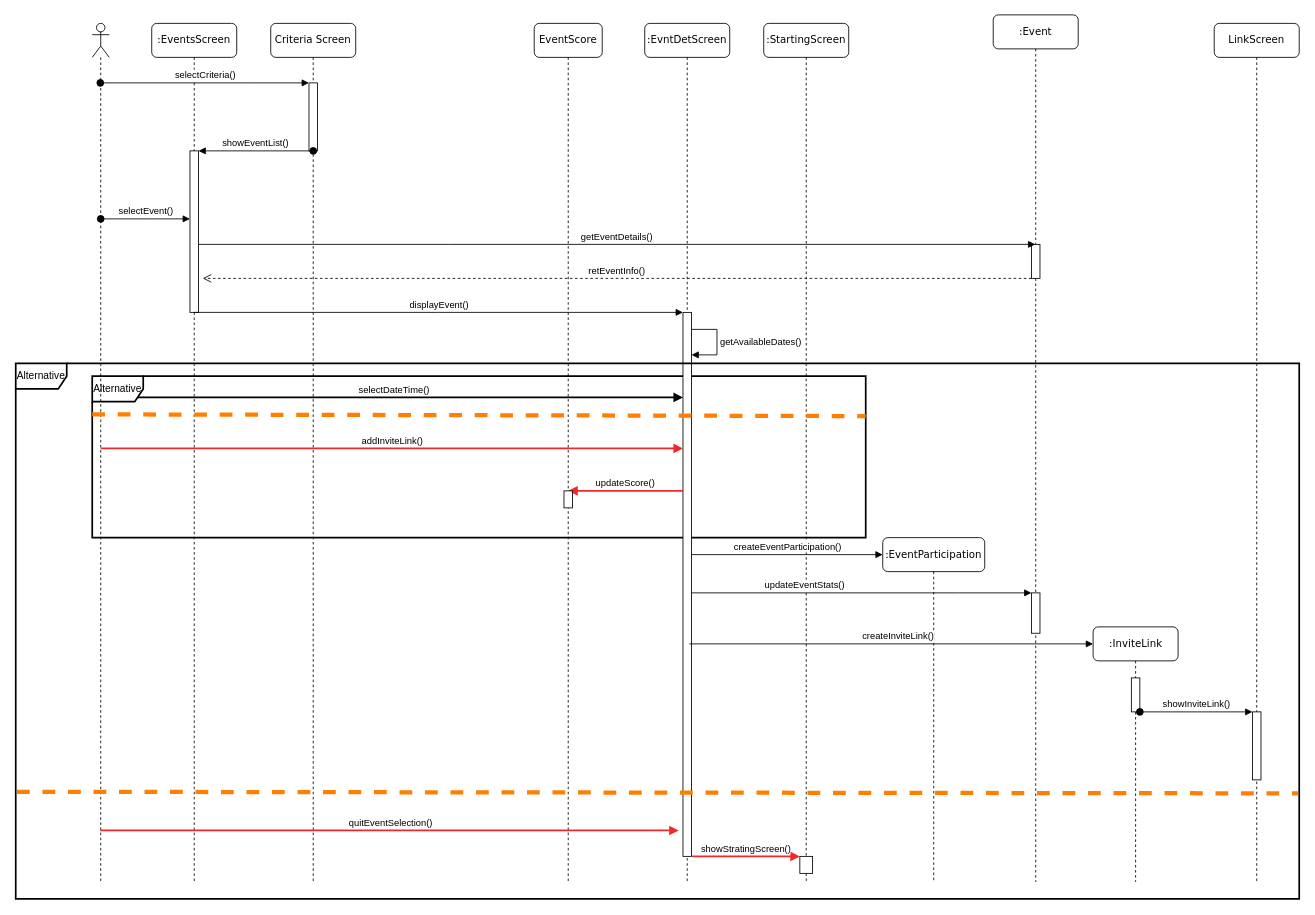
Above: Phase-4/TempFiles/Diagrams/join-event-sequence.drawio in sfikastheo/CEID-SoftwareEngineering-2023 (draw.io), before the change. Source tidied: cells renumbered, new cells numbered last; positions are measured from the earlier drawing's top-left corner, leaving out a move shared by most shapes. Both pictures are drawn from the tidied source at 85%, with x=0, y=0 at pixel (15, 14).
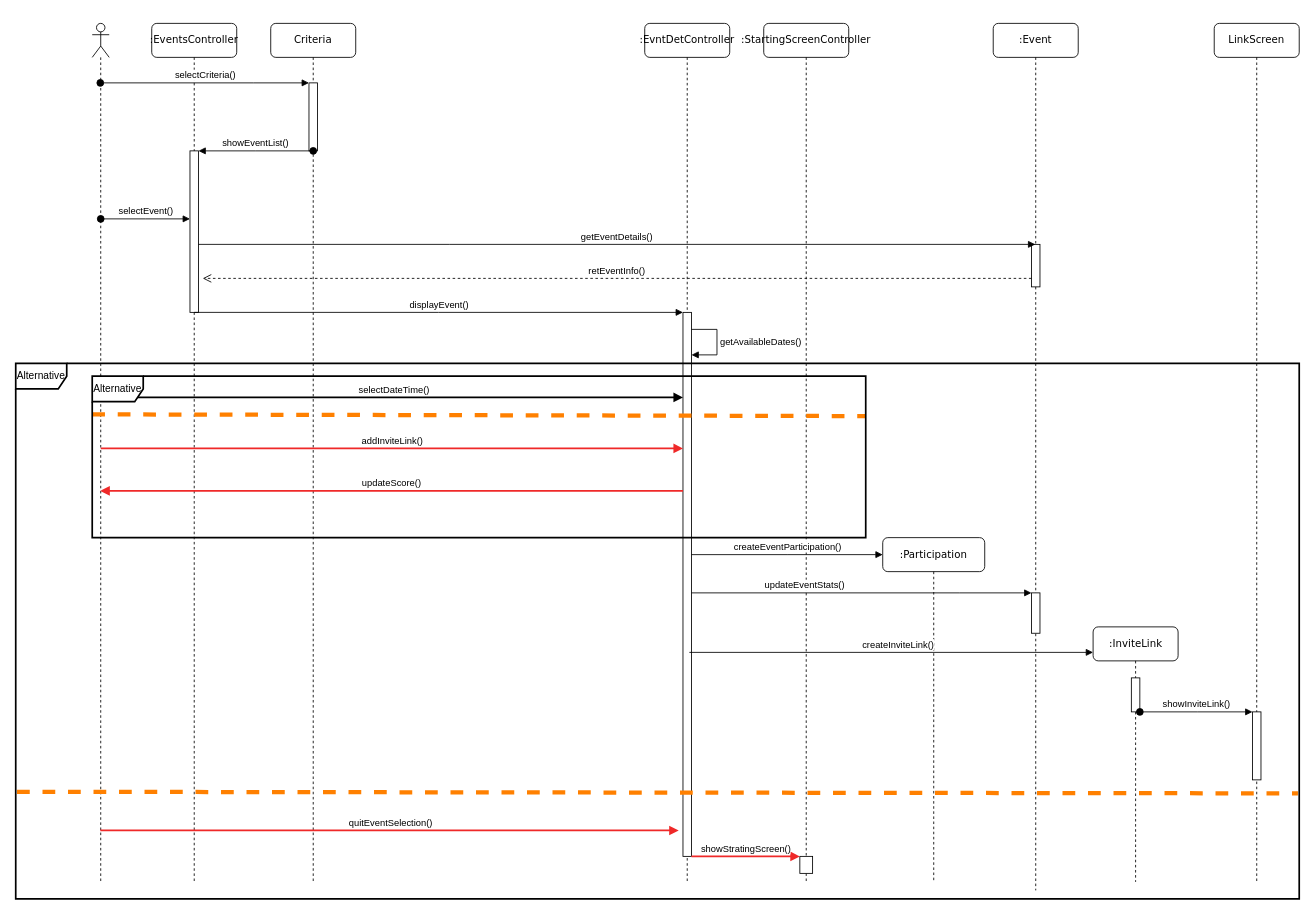
After the change.

Unchanged cells that the change refers to:
```xml
<mxCell id="8" style="html=1;points=[];perimeter=orthogonalPerimeter;outlineConnect=0;targetShapes=umlLifeline;portConstraint=eastwest;newEdgeStyle={&quot;edgeStyle&quot;:&quot;elbowEdgeStyle&quot;,&quot;elbow&quot;:&quot;vertical&quot;,&quot;curved&quot;:0,&quot;rounded&quot;:0};" parent="7" vertex="1">
  <mxGeometry x="45" y="340" width="10" height="640" as="geometry" />
</mxCell>
<mxCell id="17" style="shape=umlLifeline;perimeter=lifelinePerimeter;whiteSpace=wrap;html=1;outlineConnect=0;portConstraint=eastwest;newEdgeStyle={&quot;edgeStyle&quot;:&quot;elbowEdgeStyle&quot;,&quot;elbow&quot;:&quot;vertical&quot;,&quot;curved&quot;:0,&quot;rounded&quot;:0};participant=umlActor;" parent="1" vertex="1">
  <mxGeometry x="90" y="10" width="20" height="1010" as="geometry" />
</mxCell>
```

Diff of the diagram source:
```diff
@@
-    <mxCell id="3" value="Criteria Screen" style="shape=umlLifeline;perimeter=lifelinePerimeter;whiteSpace=wrap;html=1;rounded=1;shadow=0;comic=0;labelBackgroundColor=none;strokeWidth=1;fontFamily=Verdana;fontSize=12;align=center;" parent="1" vertex="1">
+    <mxCell id="3" value="Criteria" style="shape=umlLifeline;perimeter=lifelinePerimeter;whiteSpace=wrap;html=1;rounded=1;shadow=0;comic=0;labelBackgroundColor=none;strokeWidth=1;fontFamily=Verdana;fontSize=12;align=center;" parent="1" vertex="1">
       <mxGeometry x="300" y="10" width="100" height="1010" as="geometry" />
     </mxCell>
@@
-    <mxCell id="5" value="EventScore" style="shape=umlLifeline;perimeter=lifelinePerimeter;whiteSpace=wrap;html=1;rounded=1;shadow=0;comic=0;labelBackgroundColor=none;strokeWidth=1;fontFamily=Verdana;fontSize=12;align=center;" parent="1" vertex="1">
-      <mxGeometry x="610" y="10" width="80" height="1010" as="geometry" />
-    </mxCell>
-    <mxCell id="6" value="Alternative" style="shape=umlFrame;whiteSpace=wrap;html=1;strokeWidth=2;" parent="5" vertex="1">
-      <mxGeometry x="-520" y="415" width="910" height="190" as="geometry" />
-    </mxCell>
-    <mxCell id="7" value=":EvntDetScreen" style="shape=umlLifeline;perimeter=lifelinePerimeter;whiteSpace=wrap;html=1;rounded=1;shadow=0;comic=0;labelBackgroundColor=none;strokeWidth=1;fontFamily=Verdana;fontSize=12;align=center;" parent="1" vertex="1">
+    <mxCell id="7" value=":EvntDetController" style="shape=umlLifeline;perimeter=lifelinePerimeter;whiteSpace=wrap;html=1;rounded=1;shadow=0;comic=0;labelBackgroundColor=none;strokeWidth=1;fontFamily=Verdana;fontSize=12;align=center;" parent="1" vertex="1">
       <mxGeometry x="740" y="10" width="100" height="1010" as="geometry" />
     </mxCell>
@@
-    <mxCell id="10" value=":StartingScreen" style="shape=umlLifeline;perimeter=lifelinePerimeter;whiteSpace=wrap;html=1;rounded=1;shadow=0;comic=0;labelBackgroundColor=none;strokeWidth=1;fontFamily=Verdana;fontSize=12;align=center;" parent="1" vertex="1">
+    <mxCell id="10" value="&lt;div&gt;:StartingScreenController&lt;/div&gt;" style="shape=umlLifeline;perimeter=lifelinePerimeter;whiteSpace=wrap;html=1;rounded=1;shadow=0;comic=0;labelBackgroundColor=none;strokeWidth=1;fontFamily=Verdana;fontSize=12;align=center;" parent="1" vertex="1">
       <mxGeometry x="880" y="10" width="100" height="1010" as="geometry" />
     </mxCell>
@@
-    <mxCell id="12" value=":EventParticipation" style="shape=umlLifeline;perimeter=lifelinePerimeter;whiteSpace=wrap;html=1;rounded=1;shadow=0;comic=0;labelBackgroundColor=none;strokeWidth=1;fontFamily=Verdana;fontSize=12;align=center;" parent="1" vertex="1">
+    <mxCell id="12" value=":Participation" style="shape=umlLifeline;perimeter=lifelinePerimeter;whiteSpace=wrap;html=1;rounded=1;shadow=0;comic=0;labelBackgroundColor=none;strokeWidth=1;fontFamily=Verdana;fontSize=12;align=center;" parent="1" vertex="1">
       <mxGeometry x="1020" y="615" width="120" height="405" as="geometry" />
     </mxCell>
-    <mxCell id="13" value=":EventsScreen" style="shape=umlLifeline;perimeter=lifelinePerimeter;whiteSpace=wrap;html=1;rounded=1;shadow=0;comic=0;labelBackgroundColor=none;strokeWidth=1;fontFamily=Verdana;fontSize=12;align=center;" parent="1" vertex="1">
+    <mxCell id="13" value=":EventsController" style="shape=umlLifeline;perimeter=lifelinePerimeter;whiteSpace=wrap;html=1;rounded=1;shadow=0;comic=0;labelBackgroundColor=none;strokeWidth=1;fontFamily=Verdana;fontSize=12;align=center;" parent="1" vertex="1">
       <mxGeometry x="160" y="10" width="100" height="1010" as="geometry" />
     </mxCell>
@@
     <mxCell id="18" value=":Event" style="shape=umlLifeline;perimeter=lifelinePerimeter;whiteSpace=wrap;html=1;outlineConnect=0;rounded=1;shadow=0;comic=0;labelBackgroundColor=none;strokeWidth=1;fontFamily=Verdana;fontSize=12;align=center;" parent="1" vertex="1">
-      <mxGeometry x="1150" width="100" height="1020" as="geometry" />
+      <mxGeometry x="1150" y="10" width="100" height="1020" as="geometry" />
     </mxCell>
     <mxCell id="19" style="html=1;points=[];perimeter=orthogonalPerimeter;outlineConnect=0;targetShapes=umlLifeline;portConstraint=eastwest;newEdgeStyle={&quot;edgeStyle&quot;:&quot;elbowEdgeStyle&quot;,&quot;elbow&quot;:&quot;vertical&quot;,&quot;curved&quot;:0,&quot;rounded&quot;:0};" parent="18" vertex="1">
-      <mxGeometry x="45" y="680" width="10" height="47.5" as="geometry" />
+      <mxGeometry x="45" y="670" width="10" height="47.5" as="geometry" />
     </mxCell>
     <mxCell id="20" style="html=1;points=[];perimeter=orthogonalPerimeter;outlineConnect=0;targetShapes=umlLifeline;portConstraint=eastwest;newEdgeStyle={&quot;edgeStyle&quot;:&quot;elbowEdgeStyle&quot;,&quot;elbow&quot;:&quot;vertical&quot;,&quot;curved&quot;:0,&quot;rounded&quot;:0};" parent="18" vertex="1">
-      <mxGeometry x="45" y="270" width="10" height="40" as="geometry" />
+      <mxGeometry x="45" y="260" width="10" height="50" as="geometry" />
     </mxCell>
@@
-    <mxCell id="37" value="updateScore()" style="html=1;verticalAlign=bottom;endArrow=block;edgeStyle=elbowEdgeStyle;elbow=vertical;curved=0;rounded=0;strokeColor=#ef2929;strokeWidth=2;" parent="1" edge="1" source="8">
+    <mxCell id="37" value="updateScore()" style="html=1;verticalAlign=bottom;endArrow=block;edgeStyle=elbowEdgeStyle;elbow=vertical;curved=0;rounded=0;strokeColor=#ef2929;strokeWidth=2;" parent="1" edge="1" source="8" target="17">
       <mxGeometry relative="1" as="geometry">
-        <mxPoint x="650" y="560" as="targetPoint" />
         <Array as="points">
           <mxPoint x="760" y="560" />
           <mxPoint x="730" y="780" />
         </Array>
       </mxGeometry>
     </mxCell>
-    <mxCell id="38" style="html=1;perimeter=orthogonalPerimeter;targetShapes=umlLifeline;newEdgeStyle={&quot;edgeStyle&quot;:&quot;elbowEdgeStyle&quot;,&quot;elbow&quot;:&quot;vertical&quot;,&quot;curved&quot;:0,&quot;rounded&quot;:0};" parent="1" vertex="1">
-      <mxGeometry x="645" y="560" width="10" height="20" as="geometry" />
-    </mxCell>
@@
+    <mxCell id="6" value="Alternative" style="shape=umlFrame;whiteSpace=wrap;html=1;strokeWidth=2;" parent="1" vertex="1">
+      <mxGeometry x="90" y="425" width="910" height="190" as="geometry" />
+    </mxCell>
```
